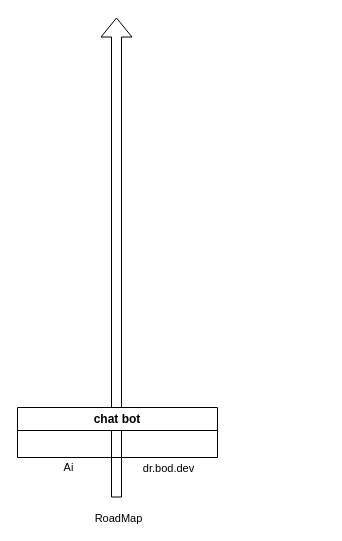
Above: bd.drawio in lolland/lol (draw.io), before the change. Source tidied: cells renumbered, new cells numbered last; positions are measured from the earlier drawing's top-left corner, leaving out a move shared by most shapes. Both pictures are drawn from the tidied source at 100%, with x=0, y=0 at pixel (17, 17).
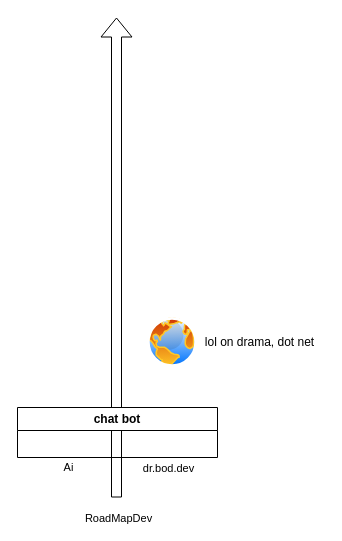
Above is the later version.

Diff of the diagram source:
```diff
@@
 <mxGraphModel>
   <root>
     <mxCell id="0" />
     <mxCell id="1" parent="0" />
     <mxCell id="2" style="shape=flexArrow;endArrow=classic;html=1;rounded=0;" parent="1" edge="1">
       <mxGeometry relative="1" as="geometry">
         <mxPoint x="99" y="480" as="sourcePoint" />
         <mxPoint x="99" as="targetPoint" />
       </mxGeometry>
     </mxCell>
     <mxCell id="3" value="Ai" style="edgeLabel;html=1;align=center;verticalAlign=middle;" parent="2" vertex="1">
       <mxGeometry x="0.81" relative="1" as="geometry">
         <mxPoint x="-49" y="403" as="offset" />
       </mxGeometry>
     </mxCell>
     <mxCell id="4" value="dr.bod.dev" style="edgeLabel;html=1;align=center;verticalAlign=middle;" parent="2" vertex="1">
       <mxGeometry x="1" y="-2" relative="1" as="geometry">
         <mxPoint x="49" y="450" as="offset" />
       </mxGeometry>
     </mxCell>
-    <mxCell id="5" value="RoadMap" style="edgeLabel;html=1;align=center;verticalAlign=middle;" parent="2" vertex="1">
+    <mxCell id="5" value="RoadMapDev" style="edgeLabel;html=1;align=center;verticalAlign=middle;" parent="2" vertex="1">
       <mxGeometry x="0.93" y="17" relative="1" as="geometry">
         <mxPoint x="18" y="483" as="offset" />
       </mxGeometry>
     </mxCell>
     <mxCell id="6" value="chat bot" style="swimlane;whiteSpace=wrap;html=1;" parent="1" vertex="1">
       <mxGeometry y="390" width="200" height="50" as="geometry" />
     </mxCell>
+    <mxCell id="7" style="image;perimeter=ellipsePerimeter;html=1;align=center;shadow=0;dashed=0;spacingTop=3;image=img/lib/active_directory/internet_globe.svg;" parent="1" vertex="1">
+      <mxGeometry x="130" y="300" width="50" height="50" as="geometry" />
+    </mxCell>
+    <mxCell id="8" value="lol on drama, dot net" style="text;html=1;align=center;verticalAlign=middle;strokeColor=none;fillColor=none;" parent="1" vertex="1">
+      <mxGeometry x="177" y="310" width="130" height="30" as="geometry" />
+    </mxCell>
   </root>
 </mxGraphModel>
```
